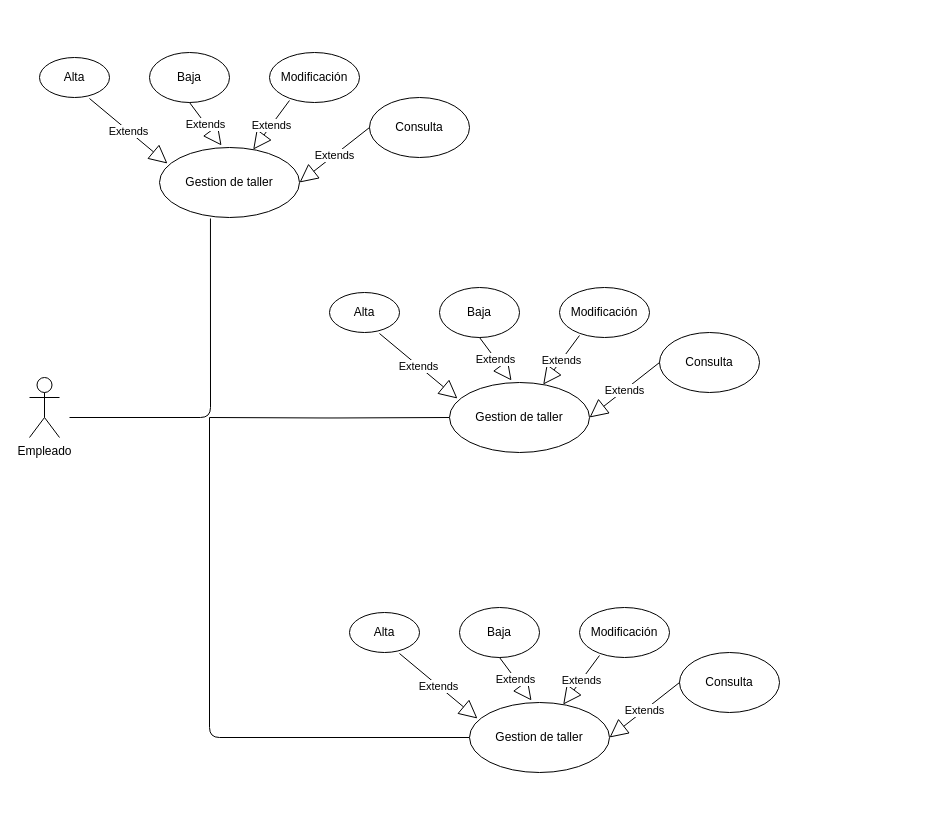
The draw.io diagram Diagrama de caso de uso/Diagrama saloscar.drawio in ProyectoIntegrado/Proyecto, before the edit. Source tidied: cells renumbered, new cells numbered last; positions are measured from the earlier drawing's top-left corner, leaving out a move shared by most shapes. Both pictures are drawn from the tidied source at 100%, with x=0, y=0 at pixel (29, 52).
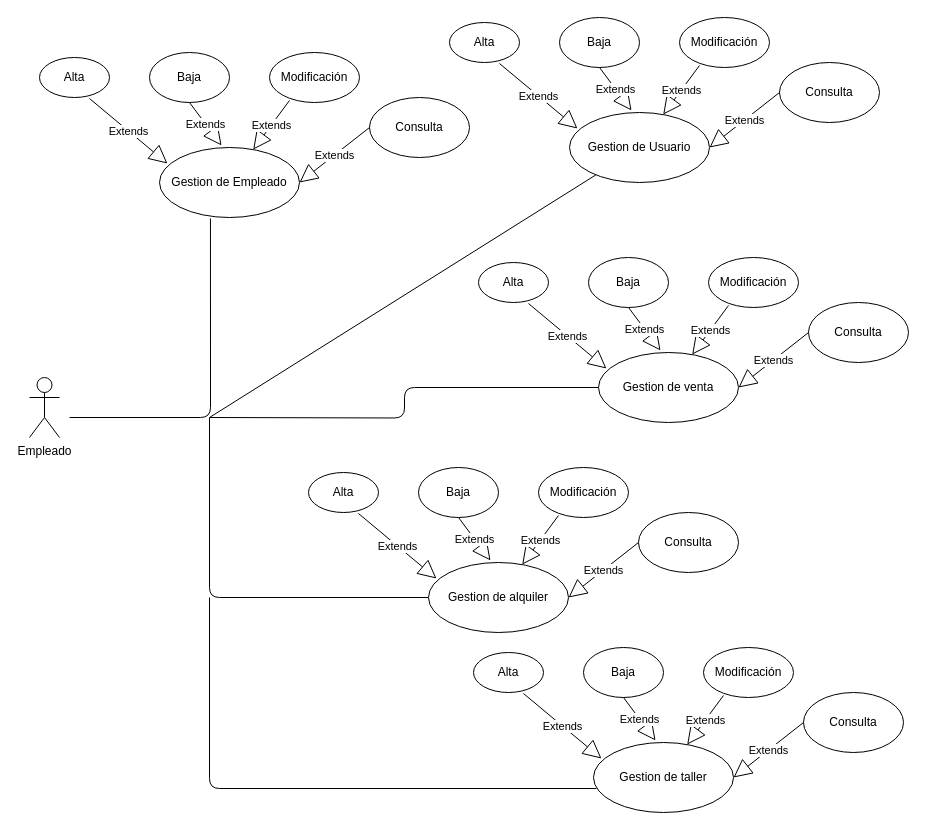
After the change.

What changed in the source:
```diff
@@
-    <mxCell id="3" value="Gestion de taller" style="ellipse;whiteSpace=wrap;html=1;" parent="1" vertex="1">
+    <mxCell id="3" value="Gestion de Empleado" style="ellipse;whiteSpace=wrap;html=1;" parent="1" vertex="1">
       <mxGeometry x="130" y="95" width="140" height="70" as="geometry" />
     </mxCell>
@@
     <mxCell id="10" style="endArrow=none;html=1;edgeStyle=orthogonalEdgeStyle;entryX=0;entryY=0.5;entryDx=0;entryDy=0;" parent="1" edge="1" target="24">
       <mxGeometry relative="1" as="geometry">
         <mxPoint x="180" y="365" as="sourcePoint" />
         <Array as="points">
-          <mxPoint x="180" y="685" />
+          <mxPoint x="180" y="545" />
         </Array>
       </mxGeometry>
     </mxCell>
@@
-    <mxCell id="15" value="Gestion de taller" style="ellipse;whiteSpace=wrap;html=1;" parent="1" vertex="1">
-      <mxGeometry x="420" y="330" width="140" height="70" as="geometry" />
+    <mxCell id="15" value="Gestion de venta" style="ellipse;whiteSpace=wrap;html=1;" parent="1" vertex="1">
+      <mxGeometry x="569" y="300" width="140" height="70" as="geometry" />
     </mxCell>
     <mxCell id="16" value="Alta" style="ellipse;whiteSpace=wrap;html=1;" parent="1" vertex="1">
-      <mxGeometry x="300" y="240" width="70" height="40" as="geometry" />
+      <mxGeometry x="449" y="210" width="70" height="40" as="geometry" />
     </mxCell>
     <mxCell id="17" value="Baja" style="ellipse;whiteSpace=wrap;html=1;" parent="1" vertex="1">
-      <mxGeometry x="410" y="235" width="80" height="50" as="geometry" />
+      <mxGeometry x="559" y="205" width="80" height="50" as="geometry" />
     </mxCell>
     <mxCell id="18" value="Modificación" style="ellipse;whiteSpace=wrap;html=1;" parent="1" vertex="1">
-      <mxGeometry x="530" y="235" width="90" height="50" as="geometry" />
+      <mxGeometry x="679" y="205" width="90" height="50" as="geometry" />
     </mxCell>
     <mxCell id="19" value="Consulta" style="ellipse;whiteSpace=wrap;html=1;" parent="1" vertex="1">
-      <mxGeometry x="630" y="280" width="100" height="60" as="geometry" />
+      <mxGeometry x="779" y="250" width="100" height="60" as="geometry" />
     </mxCell>
@@
-    <mxCell id="24" value="Gestion de taller" style="ellipse;whiteSpace=wrap;html=1;" parent="1" vertex="1">
-      <mxGeometry x="440" y="650" width="140" height="70" as="geometry" />
+    <mxCell id="24" value="Gestion de alquiler" style="ellipse;whiteSpace=wrap;html=1;" parent="1" vertex="1">
+      <mxGeometry x="399" y="510" width="140" height="70" as="geometry" />
     </mxCell>
     <mxCell id="25" value="Alta" style="ellipse;whiteSpace=wrap;html=1;" parent="1" vertex="1">
-      <mxGeometry x="320" y="560" width="70" height="40" as="geometry" />
+      <mxGeometry x="279" y="420" width="70" height="40" as="geometry" />
     </mxCell>
     <mxCell id="26" value="Baja" style="ellipse;whiteSpace=wrap;html=1;" parent="1" vertex="1">
-      <mxGeometry x="430" y="555" width="80" height="50" as="geometry" />
+      <mxGeometry x="389" y="415" width="80" height="50" as="geometry" />
     </mxCell>
     <mxCell id="27" value="Modificación" style="ellipse;whiteSpace=wrap;html=1;" parent="1" vertex="1">
-      <mxGeometry x="550" y="555" width="90" height="50" as="geometry" />
+      <mxGeometry x="509" y="415" width="90" height="50" as="geometry" />
     </mxCell>
     <mxCell id="28" value="Consulta" style="ellipse;whiteSpace=wrap;html=1;" parent="1" vertex="1">
-      <mxGeometry x="650" y="600" width="100" height="60" as="geometry" />
+      <mxGeometry x="609" y="460" width="100" height="60" as="geometry" />
     </mxCell>
@@
+    <mxCell id="33" value="Gestion de taller" style="ellipse;whiteSpace=wrap;html=1;" parent="1" vertex="1">
+      <mxGeometry x="564" y="690" width="140" height="70" as="geometry" />
+    </mxCell>
+    <mxCell id="34" value="Alta" style="ellipse;whiteSpace=wrap;html=1;" parent="1" vertex="1">
+      <mxGeometry x="444" y="600" width="70" height="40" as="geometry" />
+    </mxCell>
+    <mxCell id="35" value="Baja" style="ellipse;whiteSpace=wrap;html=1;" parent="1" vertex="1">
+      <mxGeometry x="554" y="595" width="80" height="50" as="geometry" />
+    </mxCell>
+    <mxCell id="36" value="Modificación" style="ellipse;whiteSpace=wrap;html=1;" parent="1" vertex="1">
+      <mxGeometry x="674" y="595" width="90" height="50" as="geometry" />
+    </mxCell>
+    <mxCell id="37" value="Consulta" style="ellipse;whiteSpace=wrap;html=1;" parent="1" vertex="1">
+      <mxGeometry x="774" y="640" width="100" height="60" as="geometry" />
+    </mxCell>
+    <mxCell id="38" value="Extends" style="endArrow=block;endSize=16;endFill=0;html=1;exitX=0.714;exitY=1.025;exitDx=0;exitDy=0;exitPerimeter=0;entryX=0.057;entryY=0.229;entryDx=0;entryDy=0;entryPerimeter=0;" parent="1" edge="1" source="34" target="33">
+      <mxGeometry relative="1" as="geometry" />
+    </mxCell>
+    <mxCell id="39" value="Extends" style="endArrow=block;endSize=16;endFill=0;html=1;exitX=0.5;exitY=1;exitDx=0;exitDy=0;entryX=0.443;entryY=-0.029;entryDx=0;entryDy=0;entryPerimeter=0;" parent="1" edge="1" source="35" target="33">
+      <mxGeometry relative="1" as="geometry" />
+    </mxCell>
+    <mxCell id="40" value="Extends" style="endArrow=block;endSize=16;endFill=0;html=1;exitX=0.222;exitY=0.96;exitDx=0;exitDy=0;exitPerimeter=0;" parent="1" edge="1" source="36" target="33">
+      <mxGeometry relative="1" as="geometry" />
+    </mxCell>
+    <mxCell id="41" value="Extends" style="endArrow=block;endSize=16;endFill=0;html=1;exitX=0;exitY=0.5;exitDx=0;exitDy=0;entryX=1;entryY=0.5;entryDx=0;entryDy=0;" parent="1" edge="1" source="37" target="33">
+      <mxGeometry relative="1" as="geometry" />
+    </mxCell>
+    <mxCell id="42" value="Gestion de Usuario" style="ellipse;whiteSpace=wrap;html=1;" parent="1" vertex="1">
+      <mxGeometry x="540" y="60" width="140" height="70" as="geometry" />
+    </mxCell>
+    <mxCell id="43" value="Alta" style="ellipse;whiteSpace=wrap;html=1;" parent="1" vertex="1">
+      <mxGeometry x="420" y="-30" width="70" height="40" as="geometry" />
+    </mxCell>
+    <mxCell id="44" value="Baja" style="ellipse;whiteSpace=wrap;html=1;" parent="1" vertex="1">
+      <mxGeometry x="530" y="-35" width="80" height="50" as="geometry" />
+    </mxCell>
+    <mxCell id="45" value="Modificación" style="ellipse;whiteSpace=wrap;html=1;" parent="1" vertex="1">
+      <mxGeometry x="650" y="-35" width="90" height="50" as="geometry" />
+    </mxCell>
+    <mxCell id="46" value="Consulta" style="ellipse;whiteSpace=wrap;html=1;" parent="1" vertex="1">
+      <mxGeometry x="750" y="10" width="100" height="60" as="geometry" />
+    </mxCell>
+    <mxCell id="47" value="Extends" style="endArrow=block;endSize=16;endFill=0;html=1;exitX=0.714;exitY=1.025;exitDx=0;exitDy=0;exitPerimeter=0;entryX=0.057;entryY=0.229;entryDx=0;entryDy=0;entryPerimeter=0;" parent="1" edge="1" source="43" target="42">
+      <mxGeometry relative="1" as="geometry" />
+    </mxCell>
+    <mxCell id="48" value="Extends" style="endArrow=block;endSize=16;endFill=0;html=1;exitX=0.5;exitY=1;exitDx=0;exitDy=0;entryX=0.443;entryY=-0.029;entryDx=0;entryDy=0;entryPerimeter=0;" parent="1" edge="1" source="44" target="42">
+      <mxGeometry relative="1" as="geometry" />
+    </mxCell>
+    <mxCell id="49" value="Extends" style="endArrow=block;endSize=16;endFill=0;html=1;exitX=0.222;exitY=0.96;exitDx=0;exitDy=0;exitPerimeter=0;" parent="1" edge="1" source="45" target="42">
+      <mxGeometry relative="1" as="geometry" />
+    </mxCell>
+    <mxCell id="50" value="Extends" style="endArrow=block;endSize=16;endFill=0;html=1;exitX=0;exitY=0.5;exitDx=0;exitDy=0;entryX=1;entryY=0.5;entryDx=0;entryDy=0;" parent="1" edge="1" source="46" target="42">
+      <mxGeometry relative="1" as="geometry" />
+    </mxCell>
+    <mxCell id="51" style="endArrow=none;html=1;edgeStyle=orthogonalEdgeStyle;exitX=0.021;exitY=0.657;exitDx=0;exitDy=0;exitPerimeter=0;" parent="1" edge="1" source="33">
+      <mxGeometry relative="1" as="geometry">
+        <mxPoint x="180" y="545" as="targetPoint" />
+        <Array as="points">
+          <mxPoint x="180" y="736" />
+        </Array>
+      </mxGeometry>
+    </mxCell>
+    <mxCell id="52" style="endArrow=none;html=1;" parent="1" edge="1" target="42">
+      <mxGeometry relative="1" as="geometry">
+        <mxPoint x="180" y="365" as="sourcePoint" />
+      </mxGeometry>
+    </mxCell>
```
